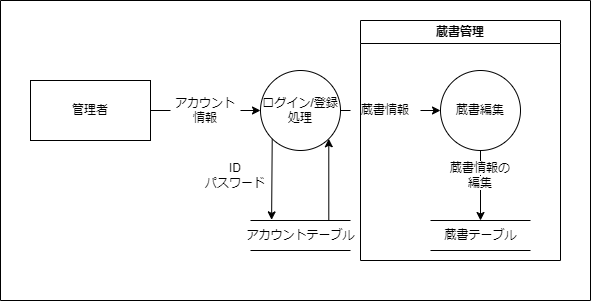
The draw.io diagram documents/diagrams/DFD_レベル2_蔵書管理.drawio.png in OMEGA-himajin/book_database, before a commit. Source tidied: cells renumbered, new cells last; positions are measured from the earlier drawing's top-left corner, leaving out a move shared by most shapes.
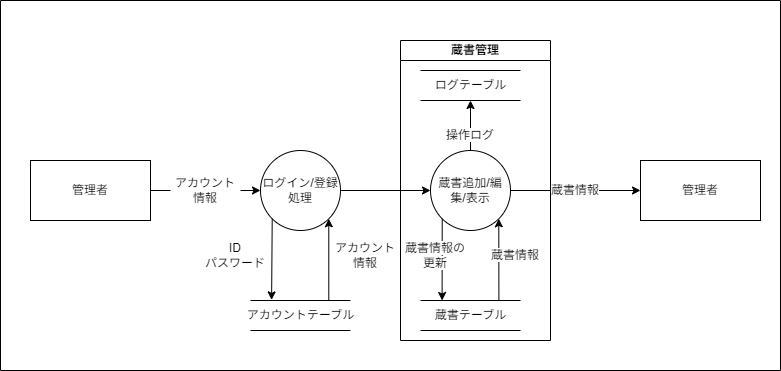
The same file after the commit.

Change to the diagram source:
```diff
@@ -13,9 +13,9 @@
     <mxCell id="4" style="edgeStyle=none;html=1;exitX=0.783;exitY=-0.013;exitDx=0;exitDy=0;entryX=1;entryY=1;entryDx=0;entryDy=0;strokeColor=#000000;fontColor=#000000;exitPerimeter=0;" parent="1" edge="1" source="9" target="6">
       <mxGeometry relative="1" as="geometry" />
     </mxCell>
-    <mxCell id="5" style="edgeStyle=none;html=1;entryX=0;entryY=0.5;entryDx=0;entryDy=0;strokeColor=#000000;startArrow=none;" parent="1" edge="1" source="16" target="14">
-      <mxGeometry relative="1" as="geometry" />
-    </mxCell>
+    <mxCell id="21" style="edgeStyle=none;html=1;entryX=0;entryY=0.5;entryDx=0;entryDy=0;strokeColor=#000000;" parent="1" edge="1" source="6" target="24">
+      <mxGeometry relative="1" as="geometry" />
+    </mxCell>
     <mxCell id="6" value="ログイン/登録&lt;br&gt;処理" style="ellipse;whiteSpace=wrap;html=1;labelBackgroundColor=none;fontColor=#000000;fillColor=none;strokeColor=#000000;" parent="1" vertex="1">
       <mxGeometry x="260" y="70" width="80" height="80" as="geometry" />
     </mxCell>
@@ -37,29 +37,54 @@
     <mxCell id="12" value="&lt;font color=&quot;#000000&quot;&gt;アカウント情報&lt;br&gt;&lt;/font&gt;" style="text;html=1;strokeColor=none;fillColor=none;align=center;verticalAlign=middle;whiteSpace=wrap;rounded=0;labelBackgroundColor=none;fontColor=#FFFFFF;" parent="1" vertex="1">
       <mxGeometry x="170" y="95" width="70" height="30" as="geometry" />
     </mxCell>
-    <mxCell id="13" style="edgeStyle=none;html=1;entryX=0.5;entryY=0;entryDx=0;entryDy=0;strokeColor=#000000;" parent="1" edge="1" source="14" target="17">
-      <mxGeometry relative="1" as="geometry" />
-    </mxCell>
+    <mxCell id="5" style="edgeStyle=none;html=1;entryX=0;entryY=0.5;entryDx=0;entryDy=0;strokeColor=#000000;" parent="1" edge="1" source="24" target="14">
+      <mxGeometry relative="1" as="geometry" />
+    </mxCell>
+    <mxCell id="20" style="edgeStyle=none;html=1;exitX=0;exitY=1;exitDx=0;exitDy=0;strokeColor=#000000;" parent="1" edge="1" source="24">
+      <mxGeometry relative="1" as="geometry">
+        <mxPoint x="441.6" y="220" as="targetPoint" />
+      </mxGeometry>
+    </mxCell>
+    <mxCell id="22" style="edgeStyle=none;html=1;exitX=1;exitY=1;exitDx=0;exitDy=0;strokeColor=#000000;entryX=1;entryY=1;entryDx=0;entryDy=0;" parent="1" edge="1" target="24">
+      <mxGeometry relative="1" as="geometry">
+        <mxPoint x="498.4" y="220" as="sourcePoint" />
+      </mxGeometry>
+    </mxCell>
+    <mxCell id="23" style="edgeStyle=none;html=1;entryX=0.5;entryY=1;entryDx=0;entryDy=0;strokeColor=#000000;fontColor=#000000;" parent="1" edge="1" source="24" target="25">
+      <mxGeometry relative="1" as="geometry" />
+    </mxCell>
+    <mxCell id="24" value="蔵書追加/編集/表示" style="ellipse;whiteSpace=wrap;html=1;labelBackgroundColor=none;fontColor=#000000;fillColor=none;strokeColor=#000000;" parent="1" vertex="1">
+      <mxGeometry x="430" y="70" width="80" height="80" as="geometry" />
+    </mxCell>
-    <mxCell id="14" value="蔵書編集" style="ellipse;whiteSpace=wrap;html=1;labelBackgroundColor=none;fontColor=#000000;fillColor=none;strokeColor=#000000;" parent="1" vertex="1">
-      <mxGeometry x="440" y="70" width="80" height="80" as="geometry" />
+    <mxCell id="14" value="&lt;font color=&quot;#000000&quot;&gt;管理者&lt;/font&gt;" style="rounded=0;whiteSpace=wrap;html=1;fillColor=none;strokeColor=#000000;" parent="1" vertex="1">
+      <mxGeometry x="640" y="80" width="120" height="60" as="geometry" />
     </mxCell>
+    <mxCell id="16" value="&lt;font color=&quot;#000000&quot;&gt;アカウント情報&lt;br&gt;&lt;/font&gt;" style="text;html=1;strokeColor=none;fillColor=none;align=center;verticalAlign=middle;whiteSpace=wrap;rounded=0;labelBackgroundColor=none;fontColor=#FFFFFF;" parent="1" vertex="1">
+      <mxGeometry x="330" y="160" width="70" height="30" as="geometry" />
+    </mxCell>
-    <mxCell id="15" style="edgeStyle=none;html=1;entryX=0;entryY=0.5;entryDx=0;entryDy=0;strokeColor=#000000;endArrow=none;" parent="1" edge="1" source="6" target="16">
-      <mxGeometry relative="1" as="geometry" />
+    <mxCell id="15" value="&lt;font color=&quot;#000000&quot;&gt;&lt;span style=&quot;background-color: rgb(255, 255, 255);&quot;&gt;蔵書情報&lt;/span&gt;&lt;br&gt;&lt;/font&gt;" style="text;html=1;strokeColor=none;fillColor=none;align=center;verticalAlign=middle;whiteSpace=wrap;rounded=0;labelBackgroundColor=none;fontColor=#FFFFFF;" parent="1" vertex="1">
+      <mxGeometry x="540" y="95" width="70" height="30" as="geometry" />
     </mxCell>
-    <mxCell id="16" value="&lt;font color=&quot;#000000&quot;&gt;蔵書情報&lt;br&gt;&lt;/font&gt;" style="text;html=1;strokeColor=none;fillColor=none;align=center;verticalAlign=middle;whiteSpace=wrap;rounded=0;labelBackgroundColor=none;fontColor=#FFFFFF;" parent="1" vertex="1">
-      <mxGeometry x="350" y="95" width="70" height="30" as="geometry" />
-    </mxCell>
     <mxCell id="17" value="&lt;font color=&quot;#000000&quot;&gt;蔵書テーブル&lt;/font&gt;" style="html=1;dashed=0;whitespace=wrap;shape=partialRectangle;right=0;left=0;labelBackgroundColor=#FFFFFF;fillColor=none;strokeColor=#000000;" parent="1" vertex="1">
-      <mxGeometry x="430" y="220" width="100" height="30" as="geometry" />
+      <mxGeometry x="420" y="220" width="100" height="30" as="geometry" />
     </mxCell>
-    <mxCell id="18" value="&lt;font color=&quot;#000000&quot;&gt;&lt;span style=&quot;background-color: rgb(255, 255, 255);&quot;&gt;蔵書情報の編集&lt;/span&gt;&lt;br&gt;&lt;/font&gt;" style="text;html=1;strokeColor=none;fillColor=none;align=center;verticalAlign=middle;whiteSpace=wrap;rounded=0;labelBackgroundColor=none;fontColor=#FFFFFF;" parent="1" vertex="1">
-      <mxGeometry x="445" y="160" width="70" height="30" as="geometry" />
-    </mxCell>
-    <mxCell id="19" value="&lt;font color=&quot;#000000&quot;&gt;蔵書管理&lt;/font&gt;" style="swimlane;whiteSpace=wrap;html=1;labelBackgroundColor=#FFFFFF;fillColor=none;strokeColor=#000000;" parent="1" vertex="1">
-      <mxGeometry x="360" y="20" width="200" height="240" as="geometry" />
+    <mxCell id="19" value="&lt;font color=&quot;#000000&quot;&gt;蔵書管理&lt;/font&gt;" style="swimlane;whiteSpace=wrap;html=1;labelBackgroundColor=#FFFFFF;startSize=20;fillColor=none;strokeColor=#000000;" parent="1" vertex="1">
+      <mxGeometry x="400" y="-40" width="150" height="300" as="geometry" />
     </mxCell>
-    <mxCell id="20" style="swimlane;startSize=0;labelBackgroundColor=#FFFFFF;fontColor=#000000;fillColor=none;strokeColor=#000000;" parent="1" vertex="1">
-      <mxGeometry width="590" height="300" as="geometry" />
-    </mxCell>
+    <mxCell id="25" value="&lt;font color=&quot;#000000&quot;&gt;ログテーブル&lt;/font&gt;" style="html=1;dashed=0;whitespace=wrap;shape=partialRectangle;right=0;left=0;labelBackgroundColor=#FFFFFF;fillColor=none;strokeColor=#000000;" parent="19" vertex="1">
+      <mxGeometry x="20" y="30" width="100" height="30" as="geometry" />
+    </mxCell>
+    <mxCell id="26" value="&lt;font color=&quot;#000000&quot;&gt;&lt;span style=&quot;background-color: rgb(255, 255, 255);&quot;&gt;蔵書情報の更新&lt;/span&gt;&lt;br&gt;&lt;/font&gt;" style="text;html=1;strokeColor=none;fillColor=none;align=center;verticalAlign=middle;whiteSpace=wrap;rounded=0;labelBackgroundColor=none;fontColor=#FFFFFF;" parent="19" vertex="1">
+      <mxGeometry y="200" width="70" height="30" as="geometry" />
+    </mxCell>
+    <mxCell id="27" value="&lt;font color=&quot;#000000&quot;&gt;&lt;span style=&quot;background-color: rgb(255, 255, 255);&quot;&gt;蔵書情報&lt;/span&gt;&lt;br&gt;&lt;/font&gt;" style="text;html=1;strokeColor=none;fillColor=none;align=center;verticalAlign=middle;whiteSpace=wrap;rounded=0;labelBackgroundColor=none;fontColor=#FFFFFF;" parent="19" vertex="1">
+      <mxGeometry x="80" y="200" width="70" height="30" as="geometry" />
+    </mxCell>
+    <mxCell id="28" value="&lt;font color=&quot;#000000&quot;&gt;&lt;span style=&quot;background-color: rgb(255, 255, 255);&quot;&gt;操作ログ&lt;/span&gt;&lt;br&gt;&lt;/font&gt;" style="text;html=1;strokeColor=none;fillColor=none;align=center;verticalAlign=middle;whiteSpace=wrap;rounded=0;labelBackgroundColor=none;fontColor=#FFFFFF;" parent="19" vertex="1">
+      <mxGeometry x="35" y="80" width="70" height="30" as="geometry" />
+    </mxCell>
+    <mxCell id="29" style="swimlane;startSize=0;labelBackgroundColor=#FFFFFF;strokeColor=#000000;fontColor=#000000;fillColor=none;" parent="1" vertex="1">
+      <mxGeometry y="-80" width="780" height="370" as="geometry" />
+    </mxCell>
   </root>
 </mxGraphModel>
```
